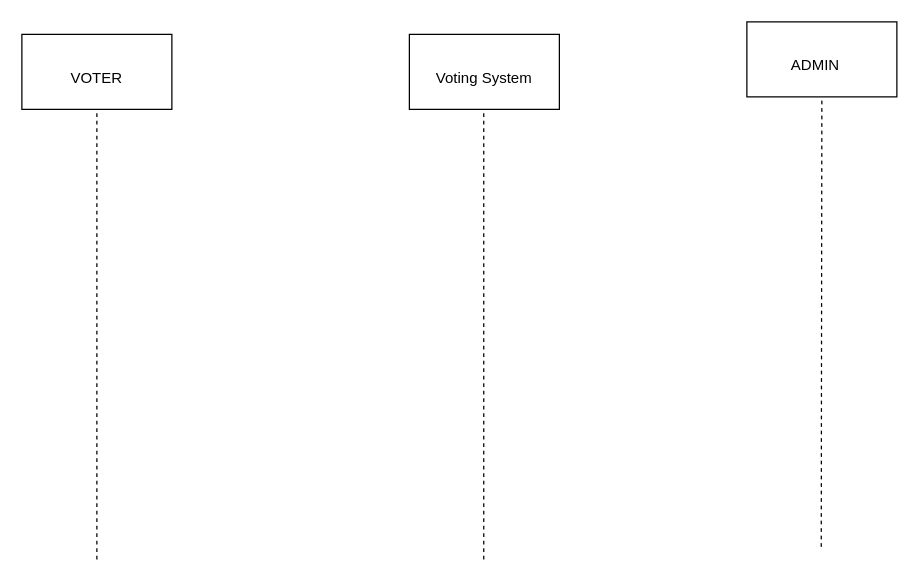
The draw.io diagram sequence_diagram.drawio in priyaminhas/DappII-Final-Project, before the edit. Source tidied: cells renumbered, new cells numbered last; positions are measured from the earlier drawing's top-left corner, leaving out a move shared by most shapes. Both pictures are drawn from the tidied source at 125%, with x=0, y=0 at pixel (21, 21).
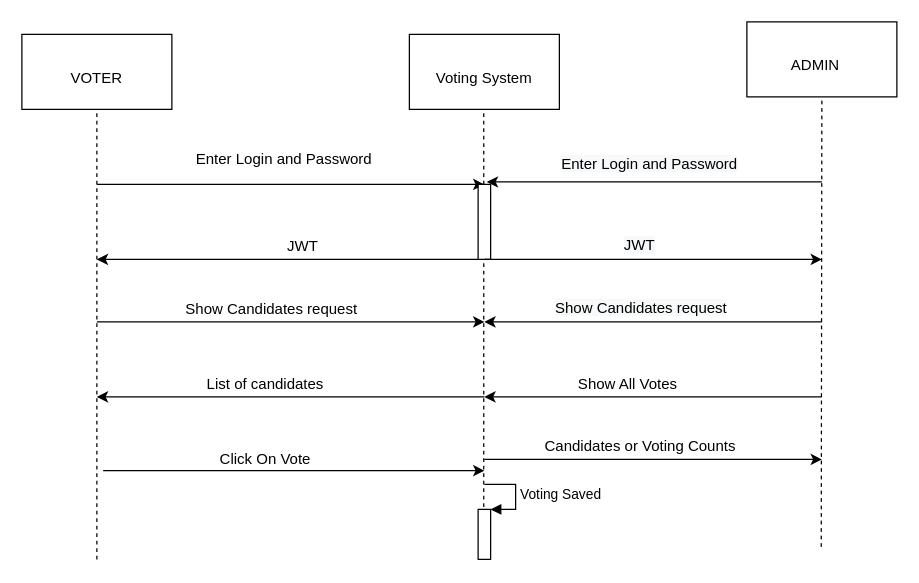
The same diagram, later.

Change to the diagram source:
```diff
@@
-    <mxCell id="7" style="endArrow=none;dashed=1;html=1;" parent="1" edge="1">
+    <mxCell id="7" style="endArrow=none;dashed=1;html=1;" parent="1" edge="1" source="14">
       <mxGeometry relative="1" as="geometry">
-        <mxPoint x="369.5" y="430" as="sourcePoint" />
         <mxPoint x="369.5" y="70" as="targetPoint" />
       </mxGeometry>
     </mxCell>
@@
+    <mxCell id="11" style="endArrow=classic;html=1;" parent="1" edge="1">
+      <mxGeometry relative="1" as="geometry">
+        <mxPoint x="60" y="130" as="sourcePoint" />
+        <mxPoint x="370" y="130" as="targetPoint" />
+      </mxGeometry>
+    </mxCell>
+    <mxCell id="12" value="Enter Login and Password" style="text;html=1;strokeColor=none;fillColor=none;align=center;verticalAlign=middle;whiteSpace=wrap;rounded=0;" parent="1" vertex="1">
+      <mxGeometry x="110" y="100" width="200" height="20" as="geometry" />
+    </mxCell>
+    <mxCell id="13" style="endArrow=classic;html=1;" parent="1" edge="1">
+      <mxGeometry relative="1" as="geometry">
+        <mxPoint x="366.2" y="190" as="sourcePoint" />
+        <mxPoint x="60" y="190" as="targetPoint" />
+        <Array as="points">
+          <mxPoint x="198.8" y="190" />
+        </Array>
+      </mxGeometry>
+    </mxCell>
+    <mxCell id="14" style="html=1;points=[];perimeter=orthogonalPerimeter;" parent="1" vertex="1">
+      <mxGeometry x="365" y="130" width="10" height="60" as="geometry" />
+    </mxCell>
+    <mxCell id="15" style="endArrow=none;dashed=1;html=1;" parent="1" edge="1" target="14">
+      <mxGeometry relative="1" as="geometry">
+        <mxPoint x="369.5" y="430" as="sourcePoint" />
+      </mxGeometry>
+    </mxCell>
+    <mxCell id="16" value="JWT" style="text;html=1;strokeColor=none;fillColor=none;align=center;verticalAlign=middle;whiteSpace=wrap;rounded=0;" parent="1" vertex="1">
+      <mxGeometry x="150" y="170" width="150" height="20" as="geometry" />
+    </mxCell>
+    <mxCell id="17" style="endArrow=classic;html=1;" parent="1" edge="1">
+      <mxGeometry relative="1" as="geometry">
+        <mxPoint x="60" y="240" as="sourcePoint" />
+        <mxPoint x="370" y="240" as="targetPoint" />
+      </mxGeometry>
+    </mxCell>
+    <mxCell id="18" style="endArrow=classic;html=1;" parent="1" edge="1">
+      <mxGeometry relative="1" as="geometry">
+        <mxPoint x="65" y="359" as="sourcePoint" />
+        <mxPoint x="370" y="359" as="targetPoint" />
+      </mxGeometry>
+    </mxCell>
+    <mxCell id="19" style="endArrow=classic;html=1;" parent="1" edge="1">
+      <mxGeometry relative="1" as="geometry">
+        <mxPoint x="370" y="300" as="sourcePoint" />
+        <mxPoint x="60" y="300" as="targetPoint" />
+      </mxGeometry>
+    </mxCell>
+    <mxCell id="20" value="Show Candidates request" style="text;html=1;strokeColor=none;fillColor=none;align=center;verticalAlign=middle;whiteSpace=wrap;rounded=0;" parent="1" vertex="1">
+      <mxGeometry x="120" y="220" width="160" height="20" as="geometry" />
+    </mxCell>
+    <mxCell id="21" value="List of candidates" style="text;html=1;strokeColor=none;fillColor=none;align=center;verticalAlign=middle;whiteSpace=wrap;rounded=0;" parent="1" vertex="1">
+      <mxGeometry x="80" y="280" width="230" height="20" as="geometry" />
+    </mxCell>
+    <mxCell id="22" value="Click On Vote" style="text;html=1;strokeColor=none;fillColor=none;align=center;verticalAlign=middle;whiteSpace=wrap;rounded=0;" parent="1" vertex="1">
+      <mxGeometry x="110" y="340" width="170" height="20" as="geometry" />
+    </mxCell>
+    <mxCell id="23" style="html=1;points=[];perimeter=orthogonalPerimeter;" parent="1" vertex="1">
+      <mxGeometry x="365" y="390" width="10" height="40" as="geometry" />
+    </mxCell>
+    <mxCell id="24" value="Voting Saved" style="edgeStyle=orthogonalEdgeStyle;html=1;align=left;spacingLeft=2;endArrow=block;rounded=0;entryX=1;entryY=0;" parent="1" edge="1" target="23">
+      <mxGeometry relative="1" as="geometry">
+        <mxPoint x="370" y="370" as="sourcePoint" />
+        <Array as="points">
+          <mxPoint x="395" y="370" />
+        </Array>
+      </mxGeometry>
+    </mxCell>
+    <mxCell id="25" style="endArrow=classic;html=1;entryX=0.7;entryY=-0.033;entryDx=0;entryDy=0;entryPerimeter=0;" parent="1" edge="1" target="14">
+      <mxGeometry relative="1" as="geometry">
+        <mxPoint x="640" y="128" as="sourcePoint" />
+        <Array as="points">
+          <mxPoint x="500" y="128" />
+        </Array>
+      </mxGeometry>
+    </mxCell>
+    <mxCell id="26" value="&lt;span style=&quot;color: rgb(0, 0, 0); font-family: helvetica; font-size: 12px; font-style: normal; font-weight: 400; letter-spacing: normal; text-align: center; text-indent: 0px; text-transform: none; word-spacing: 0px; background-color: rgb(248, 249, 250); display: inline; float: none;&quot;&gt;Enter Login and Password&lt;/span&gt;" style="text;whiteSpace=wrap;html=1;" parent="1" vertex="1">
+      <mxGeometry x="430" y="100" width="170" height="30" as="geometry" />
+    </mxCell>
+    <mxCell id="27" style="endArrow=classic;html=1;exitX=0.5;exitY=1;exitDx=0;exitDy=0;exitPerimeter=0;" parent="1" edge="1" source="14">
+      <mxGeometry relative="1" as="geometry">
+        <mxPoint x="640" y="190" as="targetPoint" />
+      </mxGeometry>
+    </mxCell>
+    <mxCell id="28" value="&lt;span style=&quot;color: rgb(0, 0, 0); font-family: helvetica; font-size: 12px; font-style: normal; font-weight: 400; letter-spacing: normal; text-align: center; text-indent: 0px; text-transform: none; word-spacing: 0px; background-color: rgb(248, 249, 250); display: inline; float: none;&quot;&gt;JWT&lt;/span&gt;" style="text;whiteSpace=wrap;html=1;" parent="1" vertex="1">
+      <mxGeometry x="480" y="165" width="50" height="30" as="geometry" />
+    </mxCell>
+    <mxCell id="29" style="endArrow=classic;html=1;" parent="1" edge="1">
+      <mxGeometry relative="1" as="geometry">
+        <mxPoint x="640" y="240" as="sourcePoint" />
+        <mxPoint x="370" y="240" as="targetPoint" />
+      </mxGeometry>
+    </mxCell>
+    <mxCell id="30" value="&lt;span style=&quot;color: rgb(0, 0, 0); font-family: helvetica; font-size: 12px; font-style: normal; font-weight: 400; letter-spacing: normal; text-align: center; text-indent: 0px; text-transform: none; word-spacing: 0px; background-color: rgb(248, 249, 250); display: inline; float: none;&quot;&gt;Show Candidates request&lt;/span&gt;" style="text;whiteSpace=wrap;html=1;" parent="1" vertex="1">
+      <mxGeometry x="425" y="215" width="160" height="30" as="geometry" />
+    </mxCell>
+    <mxCell id="31" style="endArrow=classic;html=1;" parent="1" edge="1">
+      <mxGeometry relative="1" as="geometry">
+        <mxPoint x="640" y="300" as="sourcePoint" />
+        <mxPoint x="370" y="300" as="targetPoint" />
+      </mxGeometry>
+    </mxCell>
+    <mxCell id="32" style="endArrow=classic;html=1;" parent="1" edge="1">
+      <mxGeometry relative="1" as="geometry">
+        <mxPoint x="370" y="300" as="sourcePoint" />
+        <mxPoint x="370" y="300" as="targetPoint" />
+      </mxGeometry>
+    </mxCell>
+    <mxCell id="33" value="Candidates or Voting Counts&lt;br&gt;" style="text;html=1;strokeColor=none;fillColor=none;align=center;verticalAlign=middle;whiteSpace=wrap;rounded=0;" parent="1" vertex="1">
+      <mxGeometry x="400" y="330" width="190" height="20" as="geometry" />
+    </mxCell>
+    <mxCell id="34" value="Show All Votes" style="text;html=1;strokeColor=none;fillColor=none;align=center;verticalAlign=middle;whiteSpace=wrap;rounded=0;" parent="1" vertex="1">
+      <mxGeometry x="380" y="280" width="210" height="20" as="geometry" />
+    </mxCell>
+    <mxCell id="35" style="endArrow=classic;html=1;" parent="1" edge="1">
+      <mxGeometry relative="1" as="geometry">
+        <mxPoint x="370" y="350" as="sourcePoint" />
+        <mxPoint x="640" y="350" as="targetPoint" />
+        <Array as="points">
+          <mxPoint x="450" y="350" />
+        </Array>
+      </mxGeometry>
+    </mxCell>
```
